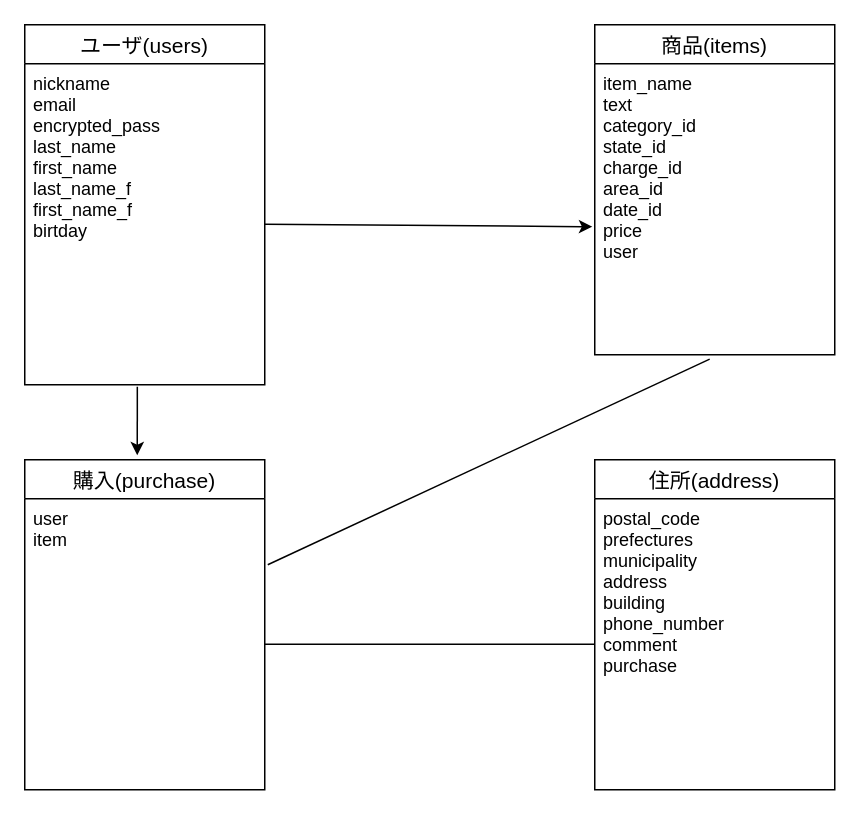
Before: furima_test.dio in taiga-kishimoto-2233/furima-30343, a draw.io diagram. Source tidied: cells renumbered, new cells numbered last; positions are measured from the earlier drawing's top-left corner, leaving out a move shared by most shapes. Both pictures are drawn from the tidied source at 150%, with x=0, y=0 at pixel (24, 24).
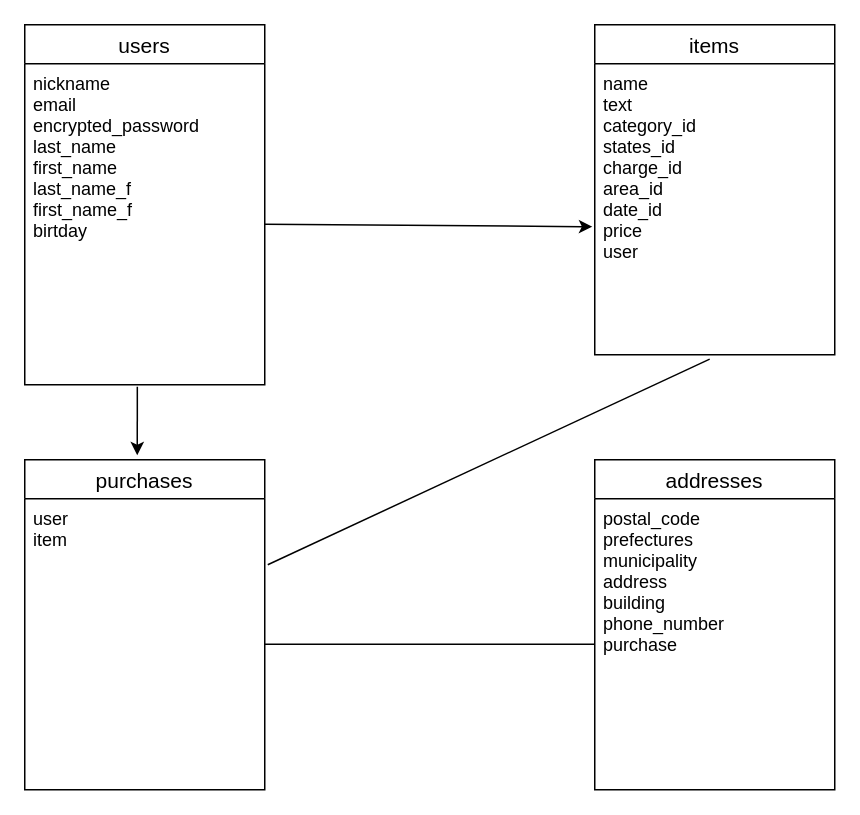
Above is the later version.

Change to the diagram source:
```diff
@@
 <mxGraphModel>
   <root>
     <mxCell id="0" />
     <mxCell id="1" parent="0" />
-    <mxCell id="2" value="ユーザ(users)" style="swimlane;fontStyle=0;horizontal=1;startSize=26;align=center;fontSize=14;" parent="1" vertex="1">
+    <mxCell id="2" value="users" style="swimlane;fontStyle=0;horizontal=1;startSize=26;align=center;fontSize=14;" parent="1" vertex="1">
       <mxGeometry width="160" height="240" as="geometry" />
     </mxCell>
-    <mxCell id="3" value="nickname     &#10;email &#10;encrypted_pass&#10;last_name         &#10;first_name        &#10;last_name_f      &#10;first_name_f     &#10;birtday     " style="text;strokeColor=none;fillColor=none;spacingLeft=4;spacingRight=4;overflow=hidden;points=[[0,0.5],[1,0.5]];portConstraint=eastwest;fontSize=12;" parent="2" vertex="1">
+    <mxCell id="3" value="nickname   &#10;email        &#10;encrypted_password&#10;last_name    &#10;first_name    &#10;last_name_f &#10;first_name_f &#10;birtday  " style="text;strokeColor=none;fillColor=none;spacingLeft=4;spacingRight=4;overflow=hidden;points=[[0,0.5],[1,0.5]];portConstraint=eastwest;fontSize=12;" parent="2" vertex="1">
       <mxGeometry y="26" width="160" height="214" as="geometry" />
     </mxCell>
-    <mxCell id="4" value="商品(items)" style="swimlane;fontStyle=0;horizontal=1;startSize=26;align=center;fontSize=14;" parent="1" vertex="1">
+    <mxCell id="4" value="items" style="swimlane;fontStyle=0;horizontal=1;startSize=26;align=center;fontSize=14;" parent="1" vertex="1">
       <mxGeometry x="380" width="160" height="220" as="geometry" />
     </mxCell>
-    <mxCell id="5" value="item_name   &#10;text&#10;category_id&#10;state_id    &#10;charge_id &#10;area_id     &#10;date_id     &#10;price   &#10;user    " style="text;strokeColor=none;fillColor=none;spacingLeft=4;spacingRight=4;overflow=hidden;points=[[0,0.5],[1,0.5]];portConstraint=eastwest;fontSize=12;" parent="4" vertex="1">
+    <mxCell id="5" value="name   &#10;text        &#10;category_id&#10;states_id   &#10;charge_id &#10;area_id     &#10;date_id     &#10;price      &#10;user     " style="text;strokeColor=none;fillColor=none;spacingLeft=4;spacingRight=4;overflow=hidden;points=[[0,0.5],[1,0.5]];portConstraint=eastwest;fontSize=12;" parent="4" vertex="1">
       <mxGeometry y="26" width="160" height="194" as="geometry" />
     </mxCell>
-    <mxCell id="6" value="購入(purchase)" style="swimlane;fontStyle=0;horizontal=1;startSize=26;align=center;fontSize=14;" parent="1" vertex="1">
+    <mxCell id="6" value="purchases" style="swimlane;fontStyle=0;horizontal=1;startSize=26;align=center;fontSize=14;" parent="1" vertex="1">
       <mxGeometry y="290" width="160" height="220" as="geometry" />
     </mxCell>
     <mxCell id="7" value="user   &#10;item     " style="text;strokeColor=none;fillColor=none;spacingLeft=4;spacingRight=4;overflow=hidden;points=[[0,0.5],[1,0.5]];portConstraint=eastwest;fontSize=12;" parent="6" vertex="1">
       <mxGeometry y="26" width="160" height="194" as="geometry" />
     </mxCell>
     <mxCell id="8" style="endArrow=classic;html=1;exitX=0.469;exitY=1.006;exitDx=0;exitDy=0;exitPerimeter=0;" parent="1" edge="1" source="3">
       <mxGeometry relative="1" as="geometry">
         <mxPoint x="75" y="287" as="targetPoint" />
       </mxGeometry>
     </mxCell>
     <mxCell id="9" style="endArrow=classic;html=1;exitX=1;exitY=0.5;exitDx=0;exitDy=0;entryX=-0.01;entryY=0.56;entryDx=0;entryDy=0;entryPerimeter=0;" parent="1" edge="1" source="3" target="5">
       <mxGeometry relative="1" as="geometry" />
     </mxCell>
     <mxCell id="10" style="endArrow=none;html=1;entryX=0.479;entryY=1.015;entryDx=0;entryDy=0;entryPerimeter=0;" parent="1" edge="1" target="5">
       <mxGeometry relative="1" as="geometry">
         <mxPoint x="162" y="360" as="sourcePoint" />
       </mxGeometry>
     </mxCell>
-    <mxCell id="11" value="住所(address)" style="swimlane;fontStyle=0;horizontal=1;startSize=26;align=center;fontSize=14;" parent="1" vertex="1">
+    <mxCell id="11" value="addresses" style="swimlane;fontStyle=0;horizontal=1;startSize=26;align=center;fontSize=14;" parent="1" vertex="1">
       <mxGeometry x="380" y="290" width="160" height="220" as="geometry" />
     </mxCell>
-    <mxCell id="12" value="postal_code  &#10;prefectures   &#10;municipality  &#10;address      &#10;building     &#10;phone_number  &#10;comment     &#10;purchase    " style="text;strokeColor=none;fillColor=none;spacingLeft=4;spacingRight=4;overflow=hidden;points=[[0,0.5],[1,0.5]];portConstraint=eastwest;fontSize=12;" parent="11" vertex="1">
+    <mxCell id="12" value="postal_code &#10;prefectures  &#10;municipality &#10;address     &#10;building     &#10;phone_number&#10;purchase" style="text;strokeColor=none;fillColor=none;spacingLeft=4;spacingRight=4;overflow=hidden;points=[[0,0.5],[1,0.5]];portConstraint=eastwest;fontSize=12;" parent="11" vertex="1">
       <mxGeometry y="26" width="160" height="194" as="geometry" />
     </mxCell>
     <mxCell id="13" style="endArrow=none;html=1;entryX=0;entryY=0.5;entryDx=0;entryDy=0;exitX=1;exitY=0.5;exitDx=0;exitDy=0;" parent="1" edge="1" source="7" target="12">
       <mxGeometry relative="1" as="geometry" />
     </mxCell>
   </root>
 </mxGraphModel>
```
